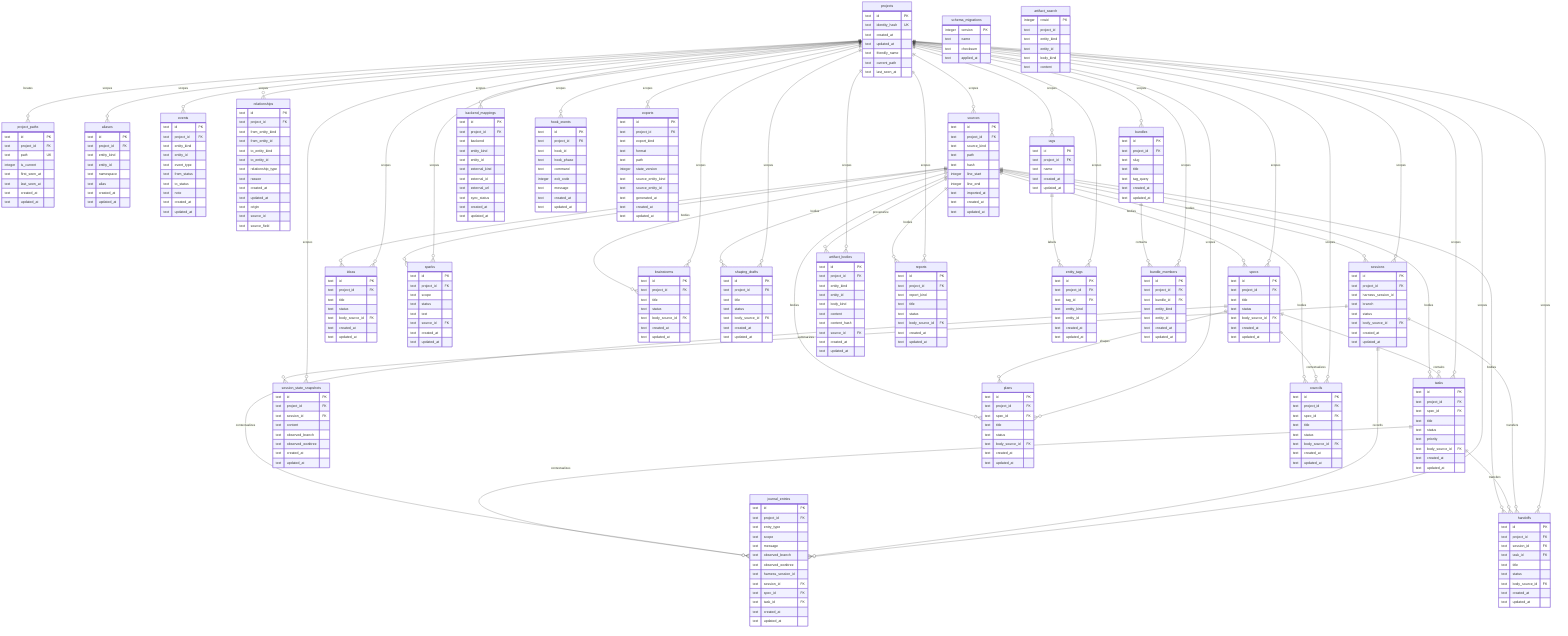
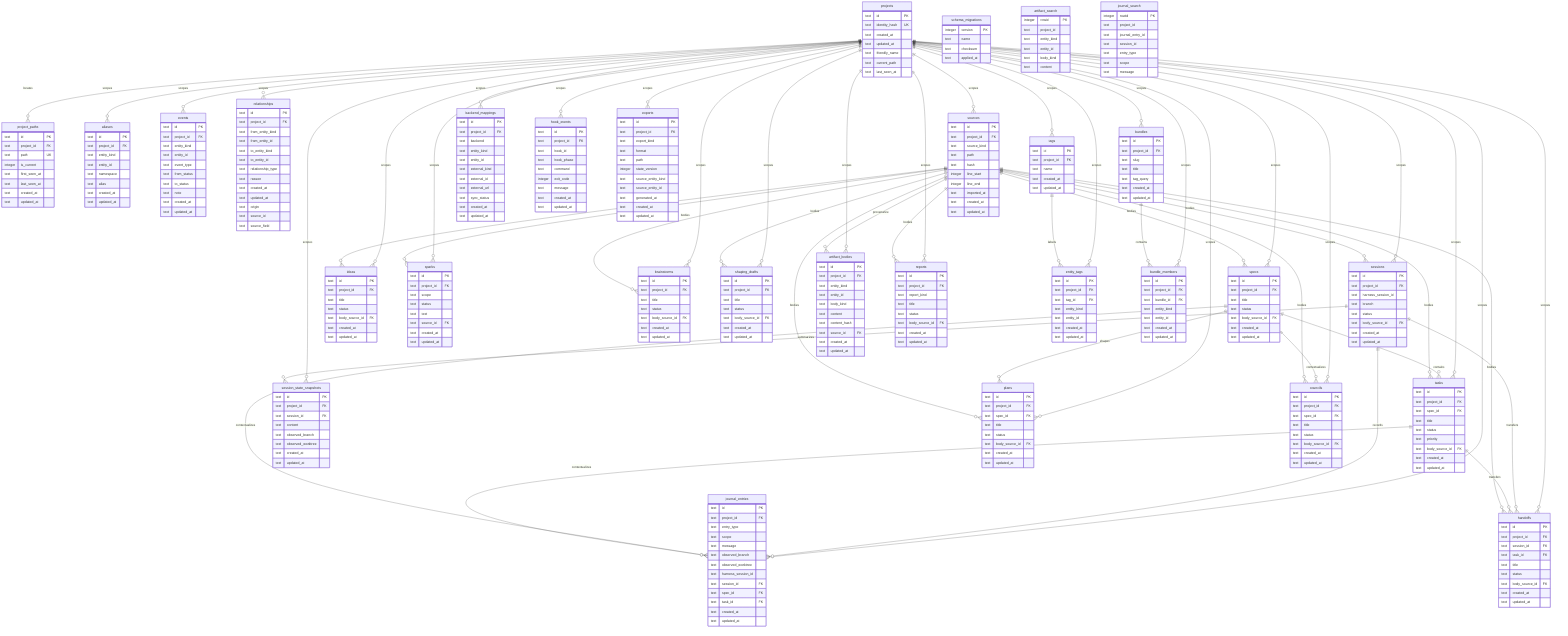
erDiagram
  projects {
    text id PK
    text identity_hash UK
    text created_at
    text updated_at
    text friendly_name
    text current_path
    text last_seen_at
  }
  project_paths {
    text id PK
    text project_id FK
    text path UK
    integer is_current
    text first_seen_at
    text last_seen_at
    text created_at
    text updated_at
  }
  schema_migrations {
    integer version PK
    text name
    text checksum
    text applied_at
  }
  aliases {
    text id PK
    text project_id FK
    text entity_kind
    text entity_id
    text namespace
    text alias
    text created_at
    text updated_at
  }
  specs {
    text id PK
    text project_id FK
    text title
    text status
    text body_source_id FK
    text created_at
    text updated_at
  }
  tasks {
    text id PK
    text project_id FK
    text spec_id FK
    text title
    text status
    text priority
    text body_source_id FK
    text created_at
    text updated_at
  }
  ideas {
    text id PK
    text project_id FK
    text title
    text status
    text body_source_id FK
    text created_at
    text updated_at
  }
  sparks {
    text id PK
    text project_id FK
    text scope
    text status
    text text
    text source_id FK
    text created_at
    text updated_at
  }
  brainstorms {
    text id PK
    text project_id FK
    text title
    text status
    text body_source_id FK
    text created_at
    text updated_at
  }
  shaping_drafts {
    text id PK
    text project_id FK
    text title
    text status
    text body_source_id FK
    text created_at
    text updated_at
  }
  sessions {
    text id PK
    text project_id FK
    text harness_session_id
    text branch
    text status
    text body_source_id FK
    text created_at
    text updated_at
  }
  session_state_snapshots {
    text id PK
    text project_id FK
    text session_id FK
    text content
    text observed_branch
    text observed_worktree
    text created_at
    text updated_at
  }
  artifact_bodies {
    text id PK
    text project_id FK
    text entity_kind
    text entity_id
    text body_kind
    text content
    text content_hash
    text source_id FK
    text created_at
    text updated_at
  }
  artifact_search {
    integer rowid PK
    text project_id
    text entity_kind
    text entity_id
    text body_kind
    text content
+   }
+   journal_search {
+     integer rowid PK
+     text project_id
+     text journal_entry_id
+     text session_id
+     text entry_type
+     text scope
+     text message
  }
  reports {
    text id PK
    text project_id FK
    text report_kind
    text title
    text status
    text body_source_id FK
    text created_at
    text updated_at
  }
  plans {
    text id PK
    text project_id FK
    text spec_id FK
    text title
    text status
    text body_source_id FK
    text created_at
    text updated_at
  }
  handoffs {
    text id PK
    text project_id FK
    text session_id FK
    text task_id FK
    text title
    text status
    text body_source_id FK
    text created_at
    text updated_at
  }
  councils {
    text id PK
    text project_id FK
    text spec_id FK
    text title
    text status
    text body_source_id FK
    text created_at
    text updated_at
  }
  journal_entries {
    text id PK
    text project_id FK
    text entry_type
    text scope
    text message
    text observed_branch
    text observed_worktree
    text harness_session_id
    text session_id FK
    text spec_id FK
    text task_id FK
    text created_at
    text updated_at
  }
  events {
    text id PK
    text project_id FK
    text entity_kind
    text entity_id
    text event_type
    text from_status
    text to_status
    text note
    text created_at
    text updated_at
  }
  relationships {
    text id PK
    text project_id FK
    text from_entity_kind
    text from_entity_id
    text to_entity_kind
    text to_entity_id
    text relationship_type
    text reason
    text created_at
    text updated_at
    text origin
    text source_id
    text source_field
  }
  tags {
    text id PK
    text project_id FK
    text name
    text created_at
    text updated_at
  }
  entity_tags {
    text id PK
    text project_id FK
    text tag_id FK
    text entity_kind
    text entity_id
    text created_at
    text updated_at
  }
  bundles {
    text id PK
    text project_id FK
    text slug
    text title
    text tag_query
    text created_at
    text updated_at
  }
  bundle_members {
    text id PK
    text project_id FK
    text bundle_id FK
    text entity_kind
    text entity_id
    text created_at
    text updated_at
  }
  sources {
    text id PK
    text project_id FK
    text source_kind
    text path
    text hash
    integer line_start
    integer line_end
    text imported_at
    text created_at
    text updated_at
  }
  backend_mappings {
    text id PK
    text project_id FK
    text backend
    text entity_kind
    text entity_id
    text external_kind
    text external_id
    text external_url
    text sync_status
    text created_at
    text updated_at
  }
  hook_events {
    text id PK
    text project_id FK
    text hook_id
    text hook_phase
    text command
    integer exit_code
    text message
    text created_at
    text updated_at
  }
  exports {
    text id PK
    text project_id FK
    text export_kind
    text format
    text path
    integer state_version
    text source_entity_kind
    text source_entity_id
    text generated_at
    text created_at
    text updated_at
  }

  projects ||--o{ aliases : scopes
  projects ||--o{ artifact_bodies : scopes
  projects ||--o{ specs : scopes
  projects ||--o{ tasks : scopes
  projects ||--o{ ideas : scopes
  projects ||--o{ sparks : scopes
  projects ||--o{ brainstorms : scopes
  projects ||--o{ shaping_drafts : scopes
  projects ||--o{ sessions : scopes
  projects ||--o{ session_state_snapshots : scopes
  projects ||--o{ reports : scopes
  projects ||--o{ plans : scopes
  projects ||--o{ handoffs : scopes
  projects ||--o{ councils : scopes
  projects ||--o{ journal_entries : scopes
  projects ||--o{ project_paths : locates
  projects ||--o{ events : scopes
  projects ||--o{ relationships : scopes
  projects ||--o{ tags : scopes
  projects ||--o{ entity_tags : scopes
  projects ||--o{ bundles : scopes
  projects ||--o{ bundle_members : scopes
  projects ||--o{ sources : scopes
  projects ||--o{ backend_mappings : scopes
  projects ||--o{ hook_events : scopes
  projects ||--o{ exports : scopes
  specs ||--o{ tasks : contains
  specs ||--o{ plans : shapes
  specs ||--o{ councils : contextualizes
  sessions ||--o{ journal_entries : records
  sessions ||--o{ handoffs : transfers
  sessions ||--o{ session_state_snapshots : summarizes
  tasks ||--o{ handoffs : transfers
  specs ||--o{ journal_entries : contextualizes
  tasks ||--o{ journal_entries : contextualizes
  tags ||--o{ entity_tags : labels
  bundles ||--o{ bundle_members : contains
  sources ||--o{ artifact_bodies : provenance
  sources ||--o{ specs : bodies
  sources ||--o{ tasks : bodies
  sources ||--o{ ideas : bodies
  sources ||--o{ sparks : origins
  sources ||--o{ brainstorms : bodies
  sources ||--o{ shaping_drafts : bodies
  sources ||--o{ sessions : bodies
  sources ||--o{ reports : bodies
  sources ||--o{ plans : bodies
  sources ||--o{ handoffs : bodies
  sources ||--o{ councils : bodies
